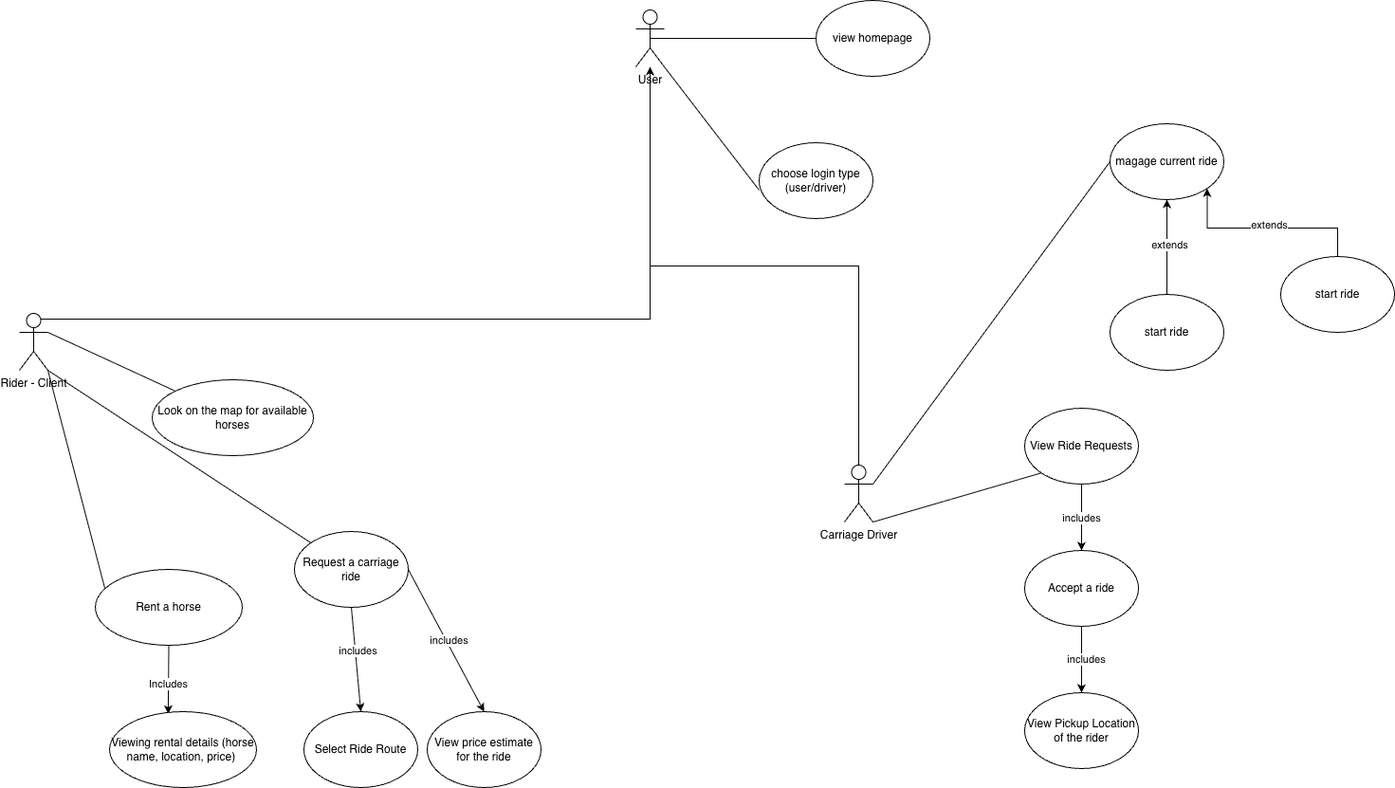
This is doc/UseCaseDiagram-HorseShare.png from KOTerra/utcn-HorseShare, a draw.io export, as it was before one commit. Source tidied: cells renumbered, new cells last; positions are measured from the earlier drawing's top-left corner, leaving out a move shared by most shapes.
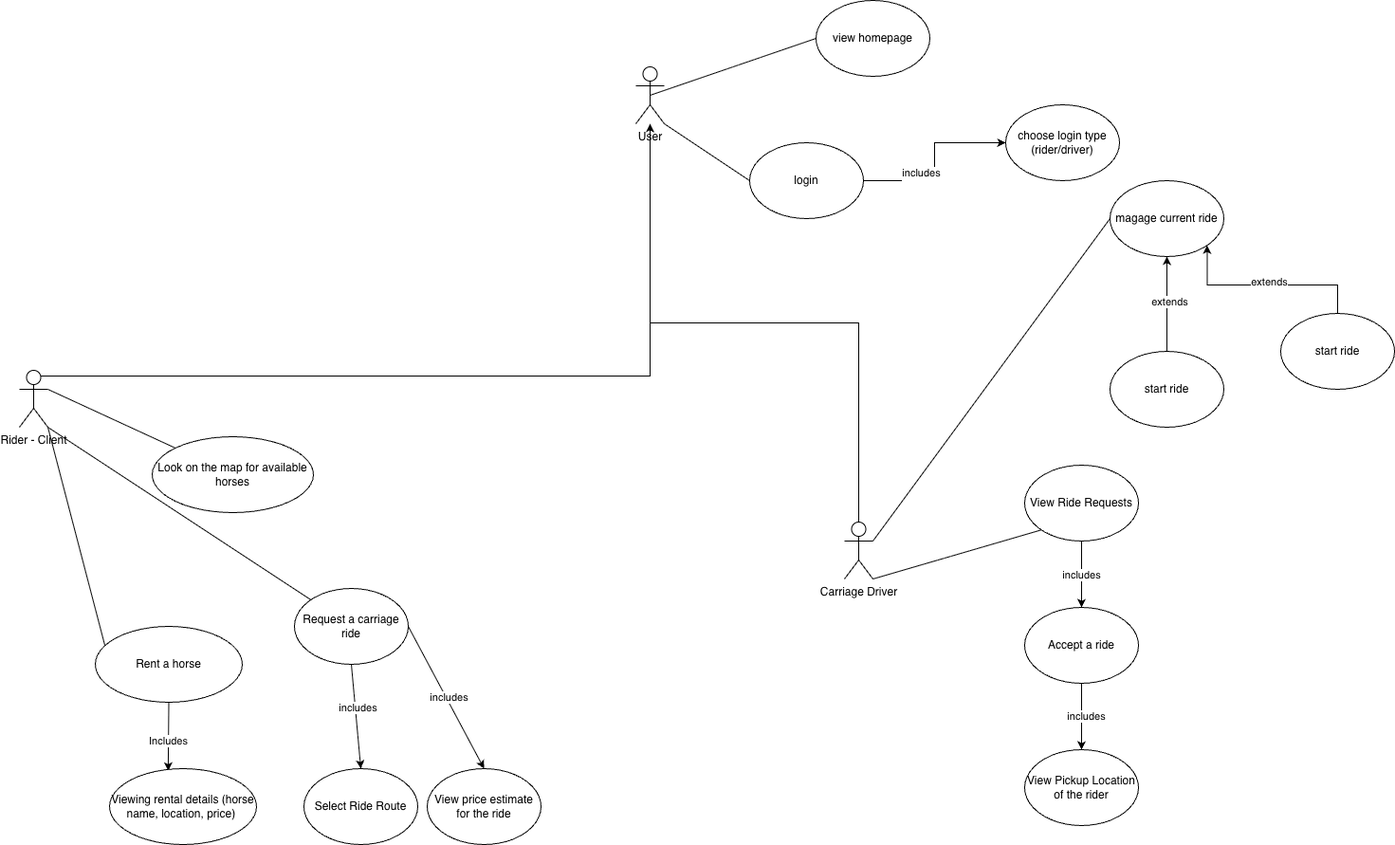
Later version of the same file.

Diff of the diagram source:
```diff
@@ -98,15 +98,13 @@
       <mxGeometry relative="1" as="geometry" />
     </mxCell>
     <mxCell id="33" value="view homepage" style="ellipse;whiteSpace=wrap;html=1;" parent="1" vertex="1">
-      <mxGeometry x="840" width="120" height="80" as="geometry" />
+      <mxGeometry x="840" y="-60" width="120" height="80" as="geometry" />
     </mxCell>
-    <mxCell id="34" style="endArrow=none;html=1;rounded=0;entryX=1;entryY=1;entryDx=0;entryDy=0;entryPerimeter=0;" parent="1" edge="1" target="30">
-      <mxGeometry relative="1" as="geometry">
-        <mxPoint x="780" y="200" as="sourcePoint" />
-      </mxGeometry>
+    <mxCell id="34" style="endArrow=none;html=1;rounded=0;entryX=1;entryY=1;entryDx=0;entryDy=0;entryPerimeter=0;exitX=0;exitY=0.5;exitDx=0;exitDy=0;" parent="1" edge="1" source="43" target="30">
+      <mxGeometry relative="1" as="geometry" />
     </mxCell>
-    <mxCell id="35" value="choose login type&lt;div&gt;(user/driver)&lt;/div&gt;" style="ellipse;whiteSpace=wrap;html=1;" parent="1" vertex="1">
-      <mxGeometry x="780" y="150" width="120" height="80" as="geometry" />
+    <mxCell id="35" value="choose login type&lt;div&gt;(rider/driver)&lt;/div&gt;" style="ellipse;whiteSpace=wrap;html=1;" parent="1" vertex="1">
+      <mxGeometry x="1040" y="50" width="120" height="80" as="geometry" />
     </mxCell>
     <mxCell id="36" style="edgeStyle=orthogonalEdgeStyle;rounded=0;jettySize=auto;html=1;exitX=0.5;exitY=0;exitDx=0;exitDy=0;entryX=1;entryY=1;entryDx=0;entryDy=0;" parent="1" edge="1" source="38" target="26">
       <mxGeometry relative="1" as="geometry" />
@@ -123,5 +121,14 @@
     <mxCell id="40" style="endArrow=none;html=1;rounded=0;exitX=0;exitY=0.5;exitDx=0;exitDy=0;entryX=1;entryY=0.3333333333333333;entryDx=0;entryDy=0;entryPerimeter=0;" parent="1" edge="1" source="26" target="17">
       <mxGeometry relative="1" as="geometry" />
     </mxCell>
+    <mxCell id="41" style="edgeStyle=orthogonalEdgeStyle;rounded=0;jettySize=auto;html=1;exitX=1;exitY=0.5;exitDx=0;exitDy=0;entryX=0;entryY=0.5;entryDx=0;entryDy=0;" parent="1" edge="1" source="43" target="35">
+      <mxGeometry relative="1" as="geometry" />
+    </mxCell>
+    <mxCell id="42" value="includes&lt;div&gt;&lt;br&gt;&lt;/div&gt;" style="edgeLabel;html=1;align=center;verticalAlign=middle;" parent="41" vertex="1">
+      <mxGeometry x="-0.37" y="2" relative="1" as="geometry" />
+    </mxCell>
+    <mxCell id="43" value="login" style="ellipse;whiteSpace=wrap;html=1;" parent="1" vertex="1">
+      <mxGeometry x="770" y="90" width="120" height="80" as="geometry" />
+    </mxCell>
   </root>
 </mxGraphModel>
```
